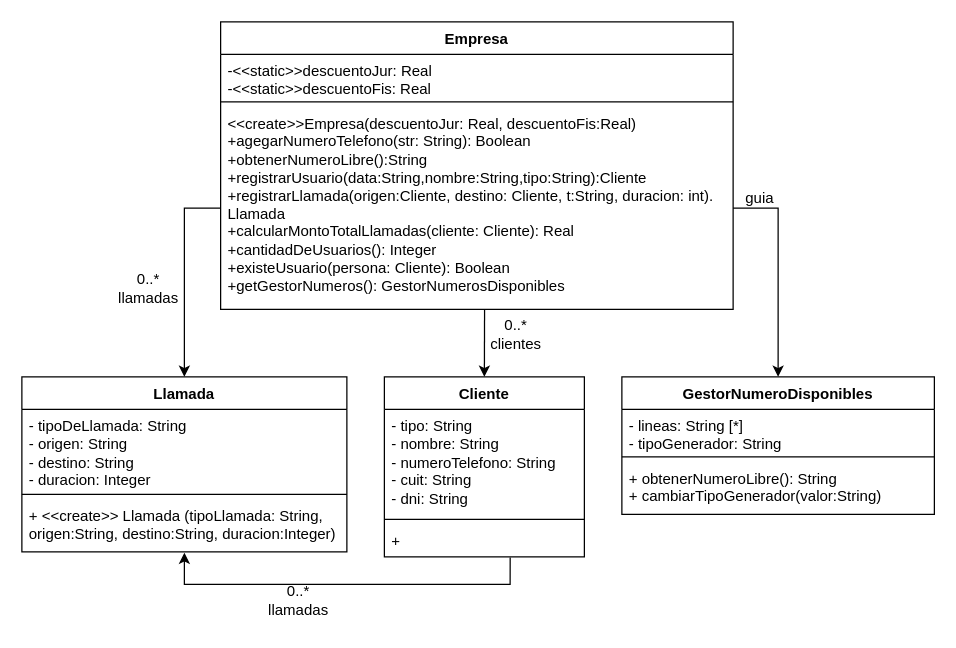
The draw.io diagram Refactoring/Ejercicio3/Diagrama ejercicio base.drawio in Ruyy7/OO2, before the edit. Source tidied: cells renumbered, new cells numbered last; positions are measured from the earlier drawing's top-left corner, leaving out a move shared by most shapes. Both pictures are drawn from the tidied source at 125%, with x=0, y=0 at pixel (21, 21).
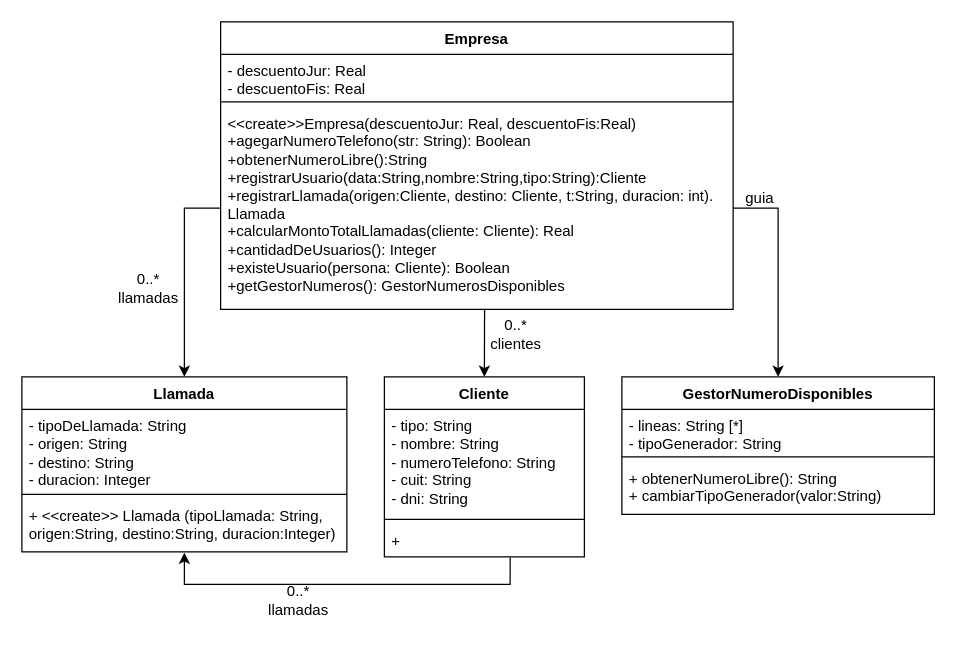
The same page after the edit.

Unchanged cells that the change refers to:
```xml
<mxCell id="14" value="Empresa" style="swimlane;fontStyle=1;align=center;verticalAlign=top;horizontal=1;startSize=26;whiteSpace=wrap;html=1;" parent="1" vertex="1">
  <mxGeometry x="159" width="410" height="230" as="geometry" />
</mxCell>
```

Change to the diagram source:
```diff
@@
-    <mxCell id="15" value="-&amp;lt;&amp;lt;static&amp;gt;&amp;gt;descuentoJur: Real&lt;div&gt;-&amp;lt;&amp;lt;static&amp;gt;&amp;gt;descuentoFis: Real&lt;/div&gt;" style="text;strokeColor=none;fillColor=none;align=left;verticalAlign=top;spacingLeft=4;spacingRight=4;overflow=hidden;whiteSpace=wrap;html=1;" parent="14" vertex="1">
+    <mxCell id="15" value="- descuentoJur: Real&lt;div&gt;- descuentoFis: Real&lt;/div&gt;" style="text;strokeColor=none;fillColor=none;align=left;verticalAlign=top;spacingLeft=4;spacingRight=4;overflow=hidden;whiteSpace=wrap;html=1;" parent="14" vertex="1">
       <mxGeometry y="26" width="410" height="34" as="geometry" />
     </mxCell>
```
